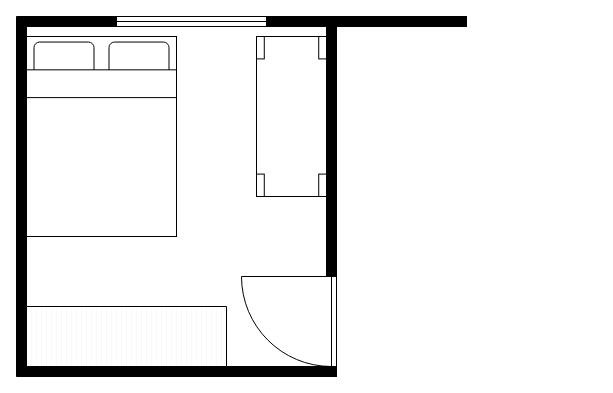
Before: swoole/平面图.drawio in aizsfgk/za, a draw.io diagram. Source tidied: cells renumbered, new cells numbered last; positions are measured from the earlier drawing's top-left corner, leaving out a move shared by most shapes. Both pictures are drawn from the tidied source at 100%, with x=0, y=0 at pixel (16, 16).
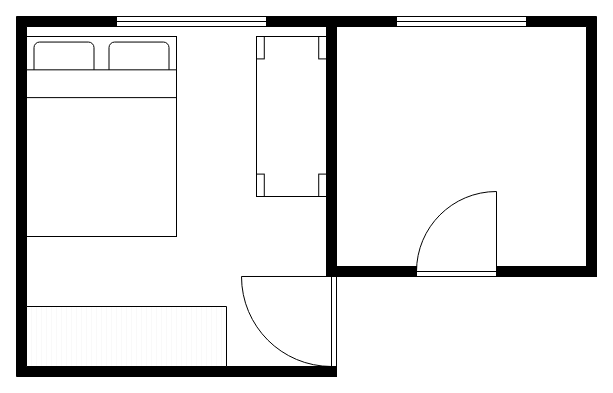
The same page after the edit.

Commit message (it also covers changes not shown here):
更新平面图.drawio

Change to the diagram source:
```diff
@@
 <mxGraphModel>
   <root>
     <mxCell id="0" />
     <mxCell id="1" parent="0" />
     <mxCell id="2" style="verticalLabelPosition=bottom;html=1;verticalAlign=top;align=center;shape=mxgraph.floorplan.wallCorner;fillColor=strokeColor;" parent="1" vertex="1">
       <mxGeometry width="100" height="360" as="geometry" />
     </mxCell>
     <mxCell id="3" style="verticalLabelPosition=bottom;html=1;verticalAlign=top;align=center;shape=mxgraph.floorplan.window;" parent="1" vertex="1">
       <mxGeometry x="100" width="150" height="10" as="geometry" />
     </mxCell>
     <mxCell id="4" style="verticalLabelPosition=bottom;html=1;verticalAlign=top;align=center;shape=mxgraph.floorplan.wall;fillColor=strokeColor;" parent="1" vertex="1">
       <mxGeometry x="250" width="200" height="10" as="geometry" />
     </mxCell>
     <mxCell id="5" style="verticalLabelPosition=bottom;html=1;verticalAlign=top;align=center;shape=mxgraph.floorplan.wall;fillColor=strokeColor;direction=south;" parent="1" vertex="1">
       <mxGeometry x="310" y="10" width="10" height="250" as="geometry" />
     </mxCell>
     <mxCell id="6" style="verticalLabelPosition=bottom;html=1;verticalAlign=top;align=center;shape=mxgraph.floorplan.bed_double;" parent="1" vertex="1">
       <mxGeometry x="10" y="20" width="150" height="200" as="geometry" />
     </mxCell>
     <mxCell id="7" style="verticalLabelPosition=bottom;html=1;verticalAlign=top;align=center;shape=mxgraph.floorplan.wall;fillColor=strokeColor;" parent="1" vertex="1">
       <mxGeometry x="10" y="350" width="310" height="10" as="geometry" />
     </mxCell>
     <mxCell id="8" style="verticalLabelPosition=bottom;verticalAlign=top;html=1;shape=mxgraph.basic.patternFillRect;fillStyle=vert;step=5;fillStrokeWidth=0.2;fillStrokeColor=#dddddd;" parent="1" vertex="1">
       <mxGeometry x="10" y="290" width="200" height="60" as="geometry" />
     </mxCell>
     <mxCell id="9" style="verticalLabelPosition=bottom;html=1;verticalAlign=top;align=center;shape=mxgraph.floorplan.table;" parent="1" vertex="1">
       <mxGeometry x="240" y="20" width="70" height="160" as="geometry" />
     </mxCell>
     <mxCell id="10" style="verticalLabelPosition=bottom;html=1;verticalAlign=top;align=center;shape=mxgraph.floorplan.doorLeft;direction=south;" parent="1" vertex="1">
       <mxGeometry x="224.4" y="260" width="95.6" height="90" as="geometry" />
     </mxCell>
+    <mxCell id="11" style="verticalLabelPosition=bottom;html=1;verticalAlign=top;align=center;shape=mxgraph.floorplan.wall;fillColor=strokeColor;" parent="1" vertex="1">
+      <mxGeometry x="310" y="250" width="90" height="10" as="geometry" />
+    </mxCell>
+    <mxCell id="12" style="verticalLabelPosition=bottom;html=1;verticalAlign=top;align=center;shape=mxgraph.floorplan.window;" parent="1" vertex="1">
+      <mxGeometry x="380" width="130" height="10" as="geometry" />
+    </mxCell>
+    <mxCell id="13" style="verticalLabelPosition=bottom;html=1;verticalAlign=top;align=center;shape=mxgraph.floorplan.wallCorner;fillColor=strokeColor;direction=south;" parent="1" vertex="1">
+      <mxGeometry x="510" width="70" height="250" as="geometry" />
+    </mxCell>
+    <mxCell id="14" style="verticalLabelPosition=bottom;html=1;verticalAlign=top;align=center;shape=mxgraph.floorplan.doorLeft;direction=west;" parent="1" vertex="1">
+      <mxGeometry x="400" y="175" width="80" height="85" as="geometry" />
+    </mxCell>
+    <mxCell id="15" style="verticalLabelPosition=bottom;html=1;verticalAlign=top;align=center;shape=mxgraph.floorplan.wall;fillColor=strokeColor;" parent="1" vertex="1">
+      <mxGeometry x="480" y="250" width="100" height="10" as="geometry" />
+    </mxCell>
   </root>
 </mxGraphModel>
```
